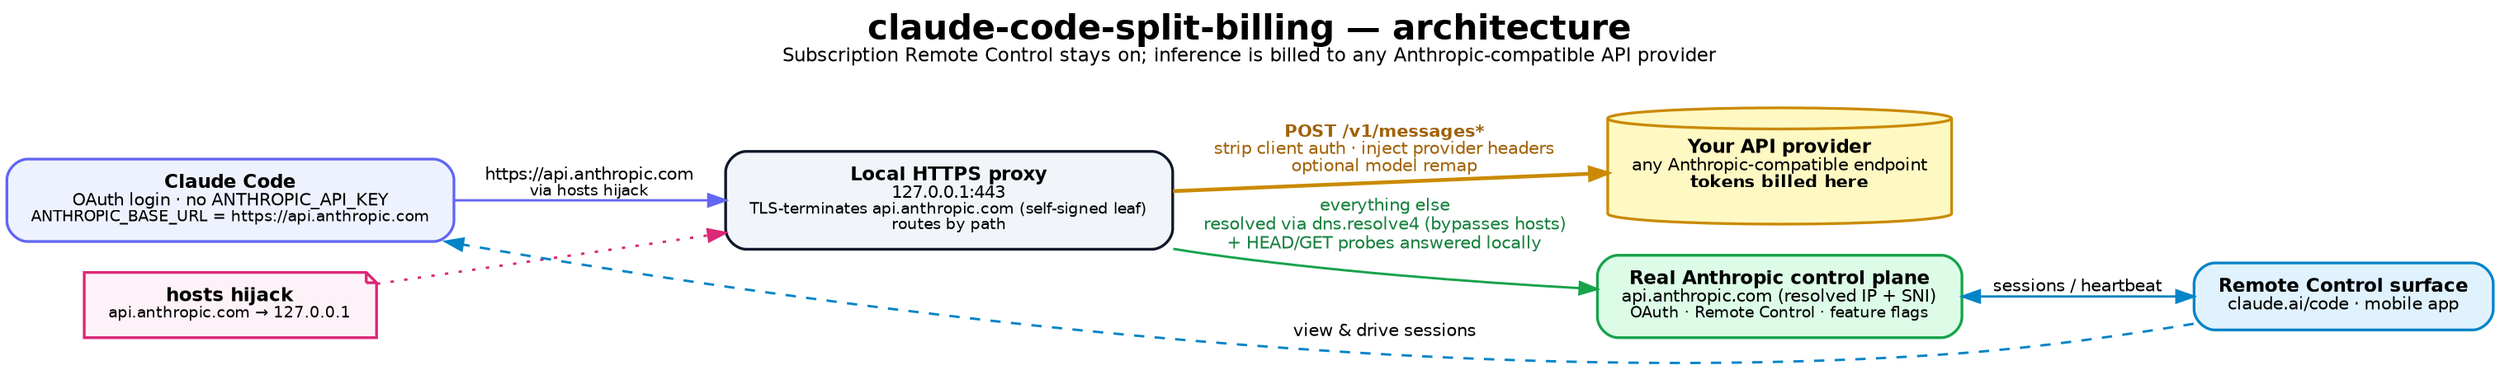
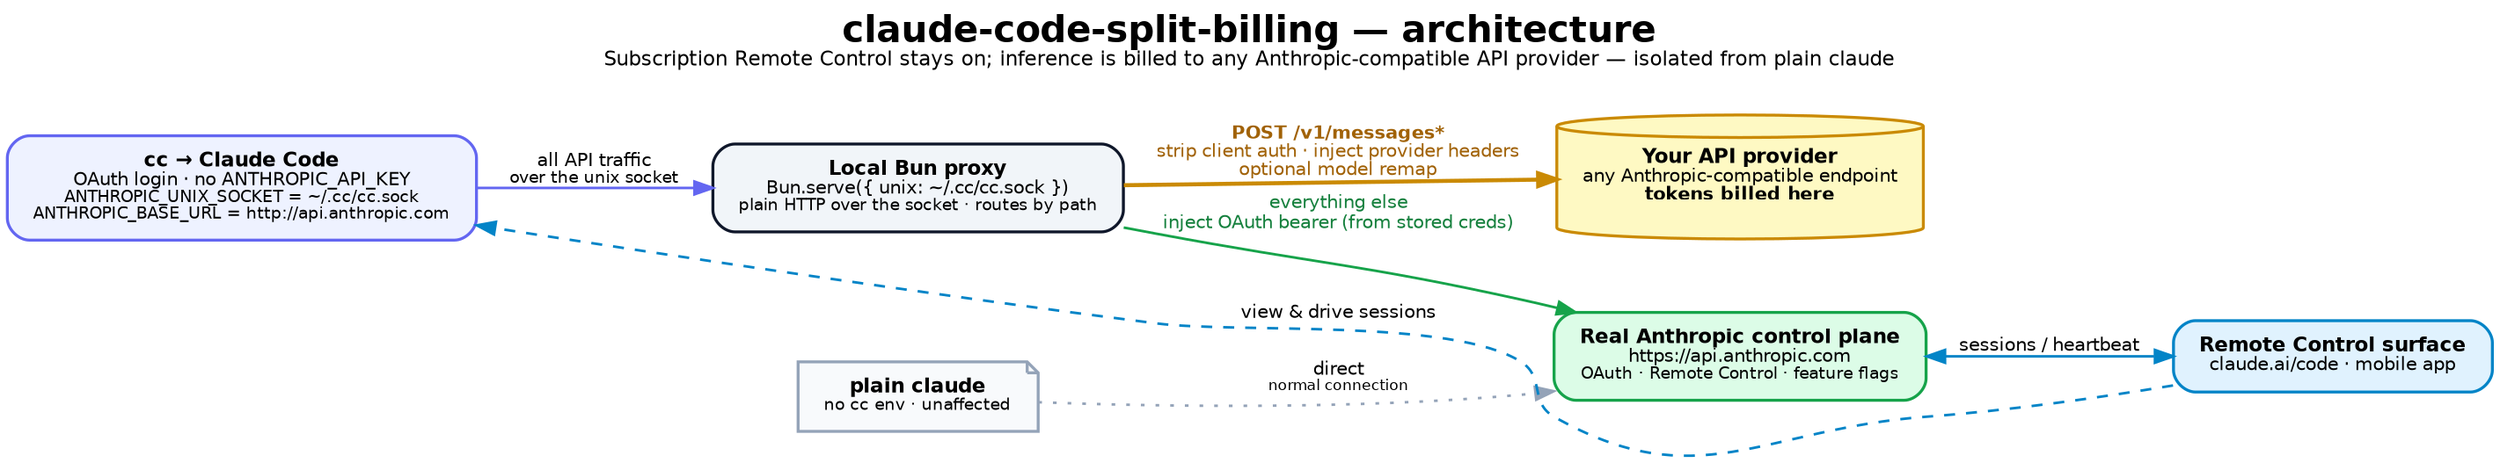
- // Architecture diagram for claude-code-split-billing (MITM mode).
+ // Architecture diagram for claude-code-split-billing (unix-socket / isolated mode).
// Render:  dot -Tsvg docs/architecture.dot -o docs/architecture.svg
digraph architecture {
  rankdir=LR;
  compound=true;
  bgcolor="white";
  fontname="Helvetica";
  labelloc="t";
  fontsize=20;
-   label=<<b>claude-code-split-billing — architecture</b><br/><font point-size="11">Subscription Remote Control stays on; inference is billed to any Anthropic-compatible API provider</font><br/> >;
+   label=<<b>claude-code-split-billing — architecture</b><br/><font point-size="11">Subscription Remote Control stays on; inference is billed to any Anthropic-compatible API provider — isolated from plain claude</font><br/> >;

  node [fontname="Helvetica", fontsize=11, shape=box, style="rounded,filled", penwidth=1.6, margin="0.20,0.13"];
  edge [fontname="Helvetica", fontsize=10, penwidth=1.4];

-   cc [label=<<b>Claude Code</b><br/><font point-size="10">OAuth login · no ANTHROPIC_API_KEY</font><br/><font point-size="9">ANTHROPIC_BASE_URL = https://api.anthropic.com</font>>,
+   cc [label=<<b>cc &rarr; Claude Code</b><br/><font point-size="10">OAuth login · no ANTHROPIC_API_KEY</font><br/><font point-size="9">ANTHROPIC_UNIX_SOCKET = ~/.cc/cc.sock</font><br/><font point-size="9">ANTHROPIC_BASE_URL = http://api.anthropic.com</font>>,
      fillcolor="#eef2ff", color="#6366f1"];

-   hosts [label=<<b>hosts hijack</b><br/><font point-size="9">api.anthropic.com &rarr; 127.0.0.1</font>>,
-          shape=note, fillcolor="#fdf2f8", color="#db2777"];
+   plain [label=<<b>plain claude</b><br/><font point-size="9">no cc env · unaffected</font>>,
+          shape=note, fillcolor="#f8fafc", color="#94a3b8"];

-   proxy [label=<<b>Local HTTPS proxy</b><br/><font point-size="10">127.0.0.1:443</font><br/><font point-size="9">TLS-terminates api.anthropic.com (self-signed leaf)</font><br/><font point-size="9">routes by path</font>>,
+   proxy [label=<<b>Local Bun proxy</b><br/><font point-size="10">Bun.serve({ unix: ~/.cc/cc.sock })</font><br/><font point-size="9">plain HTTP over the socket · routes by path</font>>,
         fillcolor="#f1f5f9", color="#0f172a"];

  gateway [shape=cylinder,
           label=<<b>Your API provider</b><br/><font point-size="10">any Anthropic-compatible endpoint</font><br/><b><font point-size="10">tokens billed here</font></b>>,
           fillcolor="#fef9c3", color="#ca8a04"];

-   control [label=<<b>Real Anthropic control plane</b><br/><font point-size="10">api.anthropic.com (resolved IP + SNI)</font><br/><font point-size="9">OAuth · Remote Control · feature flags</font>>,
+   control [label=<<b>Real Anthropic control plane</b><br/><font point-size="10">https://api.anthropic.com</font><br/><font point-size="9">OAuth · Remote Control · feature flags</font>>,
           fillcolor="#dcfce7", color="#16a34a"];

  rc [label=<<b>Remote Control surface</b><br/><font point-size="10">claude.ai/code · mobile app</font>>,
      fillcolor="#e0f2fe", color="#0284c7"];

-   cc -> proxy [label=<https://api.anthropic.com<br/><font point-size="9">via hosts hijack</font>>, color="#6366f1"];
-   hosts -> proxy [style=dotted, color="#db2777", constraint=false];
+   cc -> proxy [label=<all API traffic<br/><font point-size="9">over the unix socket</font>>, color="#6366f1"];
+   plain -> control [style=dotted, color="#94a3b8", label=<direct<br/><font point-size="8">normal connection</font>>];
  proxy -> gateway [label=<<b>POST /v1/messages*</b><br/>strip client auth · inject provider headers<br/>optional model remap>,
                    color="#ca8a04", fontcolor="#a16207", penwidth=2.2];
-   proxy -> control [label=<everything else<br/>resolved via dns.resolve4 (bypasses hosts)<br/>+ HEAD/GET probes answered locally>,
+   proxy -> control [label=<everything else<br/>inject OAuth bearer (from stored creds)>,
                    color="#16a34a", fontcolor="#15803d"];
  control -> rc [dir=both, label="sessions / heartbeat", color="#0284c7"];
  rc -> cc [style=dashed, label="view &amp; drive sessions", color="#0284c7", constraint=false];

  { rank=same; gateway; control; }
}
